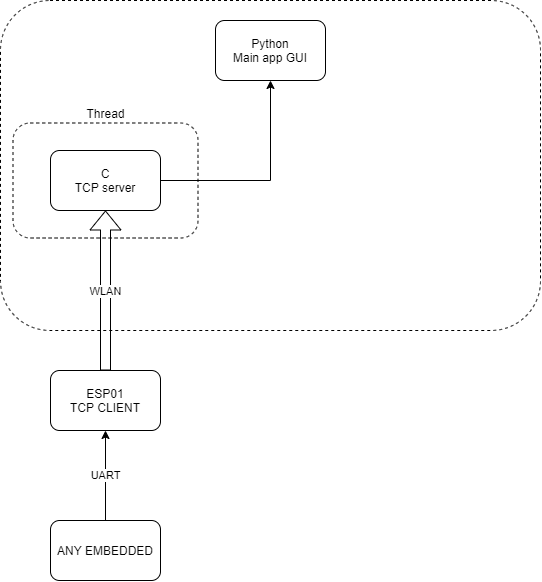
Earlier version of the draw.io export overview.png (LauriVuori/HomeIot). Source tidied: cells renumbered, new cells last; positions are measured from the earlier drawing's top-left corner, leaving out a move shared by most shapes.
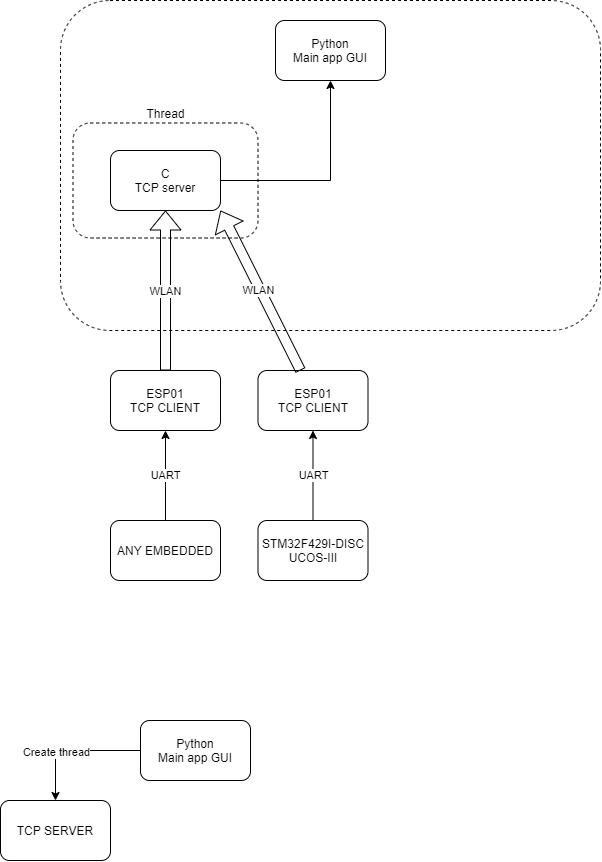
After the commit.

Change to the diagram source:
```diff
@@ -34,5 +34,36 @@
         <mxPoint x="-3" y="18" as="offset" />
       </mxGeometry>
     </mxCell>
+    <mxCell id="12" value="UART" style="edgeStyle=orthogonalEdgeStyle;rounded=0;jettySize=auto;html=1;" parent="1" edge="1" source="13" target="14">
+      <mxGeometry relative="1" as="geometry" />
+    </mxCell>
+    <mxCell id="13" value="STM32F429I-DISC&lt;br&gt;UCOS-III" style="rounded=1;whiteSpace=wrap;html=1;" parent="1" vertex="1">
+      <mxGeometry x="197.5" y="520" width="110" height="60" as="geometry" />
+    </mxCell>
+    <mxCell id="14" value="ESP01&lt;br&gt;TCP CLIENT" style="rounded=1;whiteSpace=wrap;html=1;" parent="1" vertex="1">
+      <mxGeometry x="197.5" y="370" width="110" height="60" as="geometry" />
+    </mxCell>
+    <mxCell id="15" style="shape=flexArrow;endArrow=classic;html=1;entryX=1;entryY=1;entryDx=0;entryDy=0;exitX=0.5;exitY=0;exitDx=0;exitDy=0;" parent="1" edge="1" target="6">
+      <mxGeometry relative="1" as="geometry">
+        <mxPoint x="240" y="370" as="sourcePoint" />
+      </mxGeometry>
+    </mxCell>
+    <mxCell id="16" value="WLAN" style="edgeLabel;html=1;align=center;verticalAlign=middle;" parent="15" vertex="1">
+      <mxGeometry x="0.21" y="-3" relative="1" as="geometry">
+        <mxPoint x="3" y="18" as="offset" />
+      </mxGeometry>
+    </mxCell>
+    <mxCell id="17" style="edgeStyle=orthogonalEdgeStyle;rounded=0;jettySize=auto;html=1;" parent="1" edge="1" source="19" target="20">
+      <mxGeometry relative="1" as="geometry" />
+    </mxCell>
+    <mxCell id="18" value="Create thread" style="edgeLabel;html=1;align=center;verticalAlign=middle;" parent="17" vertex="1">
+      <mxGeometry x="0.28" y="1" relative="1" as="geometry" />
+    </mxCell>
+    <mxCell id="19" value="Python&lt;br&gt;Main app GUI" style="rounded=1;whiteSpace=wrap;html=1;" parent="1" vertex="1">
+      <mxGeometry x="80" y="720" width="110" height="60" as="geometry" />
+    </mxCell>
+    <mxCell id="20" value="TCP SERVER" style="rounded=1;whiteSpace=wrap;html=1;" parent="1" vertex="1">
+      <mxGeometry x="-60" y="800" width="110" height="60" as="geometry" />
+    </mxCell>
   </root>
 </mxGraphModel>
```
